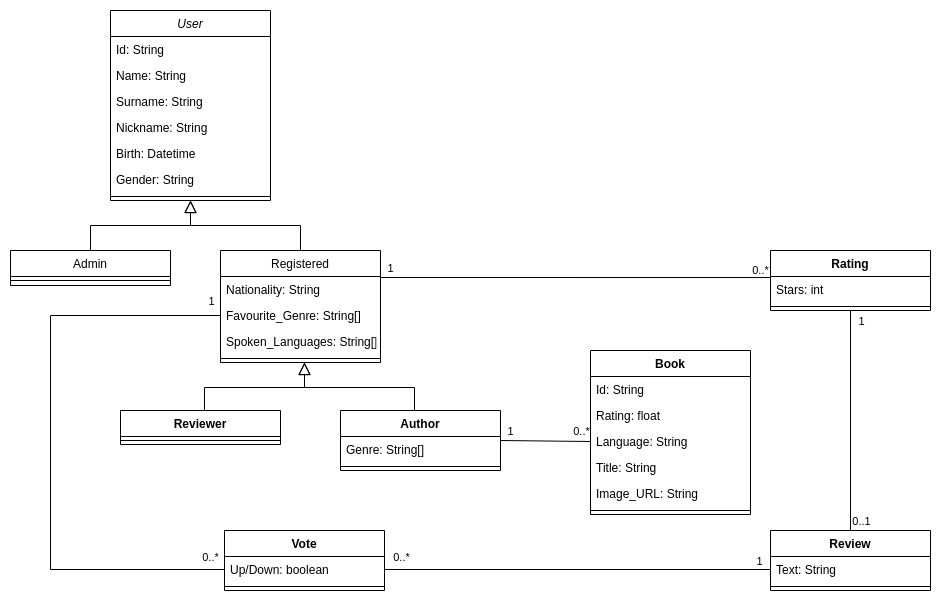
Earlier version of the draw.io export media/UML_Class.drawio.png (Froffri/BookAdvisor). Source tidied: cells renumbered, new cells last; positions are measured from the earlier drawing's top-left corner, leaving out a move shared by most shapes.
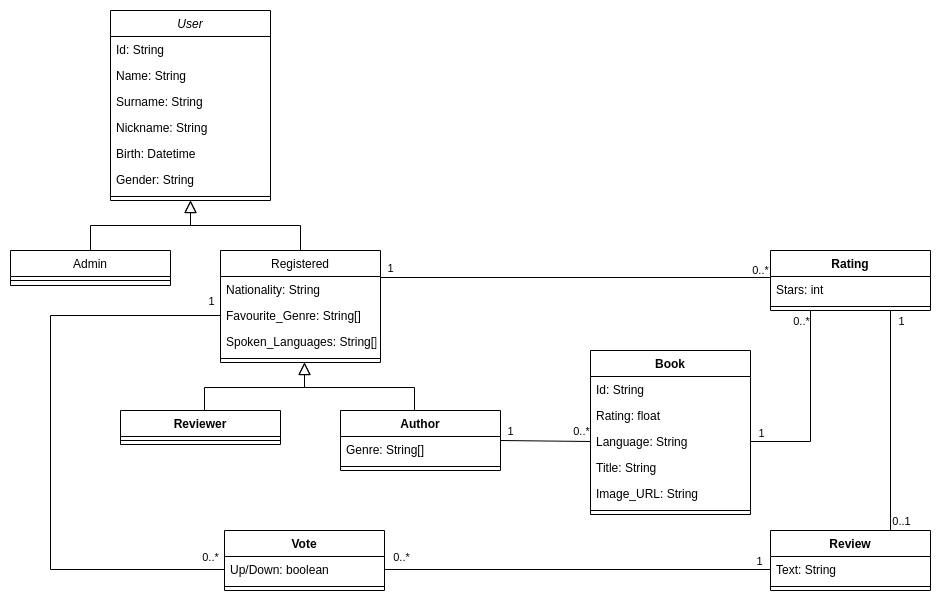
The same diagram one commit later.

Commit message:
Added the connection Book-Rating

Sorry I forgot

What changed in the source:
```diff
@@ -147,7 +147,7 @@
     <mxCell id="44" style="line;strokeWidth=1;fillColor=none;align=left;verticalAlign=middle;spacingTop=-1;spacingLeft=3;spacingRight=3;labelPosition=right;strokeColor=inherit;" parent="42" vertex="1">
       <mxGeometry y="52" width="160" height="8" as="geometry" />
     </mxCell>
-    <mxCell id="45" style="endArrow=none;html=1;rounded=0;entryX=0.5;entryY=1;entryDx=0;entryDy=0;exitX=0.5;exitY=0;exitDx=0;exitDy=0;" parent="1" edge="1" source="42" target="36">
+    <mxCell id="45" style="endArrow=none;html=1;rounded=0;entryX=0.75;entryY=1;entryDx=0;entryDy=0;exitX=0.75;exitY=0;exitDx=0;exitDy=0;entryPerimeter=0;" parent="1" edge="1" source="42" target="38">
       <mxGeometry relative="1" as="geometry" />
     </mxCell>
     <mxCell id="46" value="0..1" style="edgeLabel;html=1;align=center;verticalAlign=middle;" parent="45" vertex="1">
@@ -200,5 +200,22 @@
         <mxPoint x="3" y="-16" as="offset" />
       </mxGeometry>
     </mxCell>
+    <mxCell id="57" style="endArrow=none;html=1;rounded=0;entryX=0.25;entryY=1;entryDx=0;entryDy=0;exitX=1;exitY=0.5;exitDx=0;exitDy=0;" parent="1" edge="1" source="29" target="36">
+      <mxGeometry relative="1" as="geometry">
+        <Array as="points">
+          <mxPoint x="800" y="431" />
+        </Array>
+      </mxGeometry>
+    </mxCell>
+    <mxCell id="58" value="1" style="edgeLabel;html=1;align=center;verticalAlign=middle;" parent="57" vertex="1">
+      <mxGeometry x="-0.86" y="-4" relative="1" as="geometry">
+        <mxPoint x="-3" y="-13" as="offset" />
+      </mxGeometry>
+    </mxCell>
+    <mxCell id="59" value="0..*" style="edgeLabel;html=1;align=center;verticalAlign=middle;" parent="57" vertex="1">
+      <mxGeometry x="0.86" y="-1" relative="1" as="geometry">
+        <mxPoint x="-11" y="-3" as="offset" />
+      </mxGeometry>
+    </mxCell>
   </root>
 </mxGraphModel>
```
